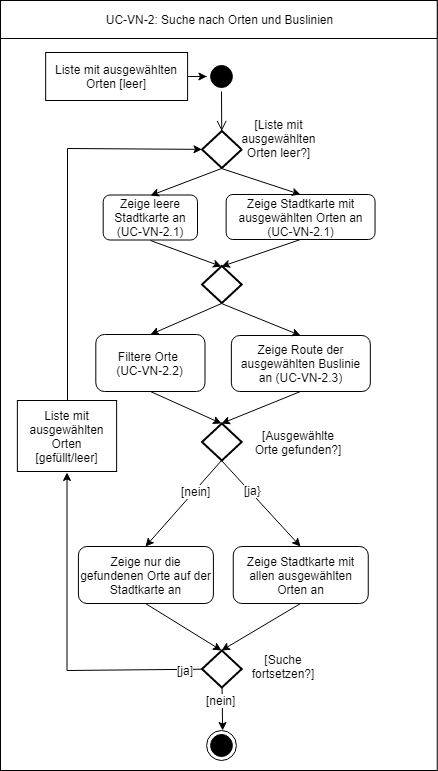
This is Documentation/Activity Diagrams/Activity-Diagram_UC-VN-2.png from mif-sge/verkehr, a draw.io export, as it was before one commit. Source tidied: cells renumbered, new cells last; positions are measured from the earlier drawing's top-left corner, leaving out a move shared by most shapes.
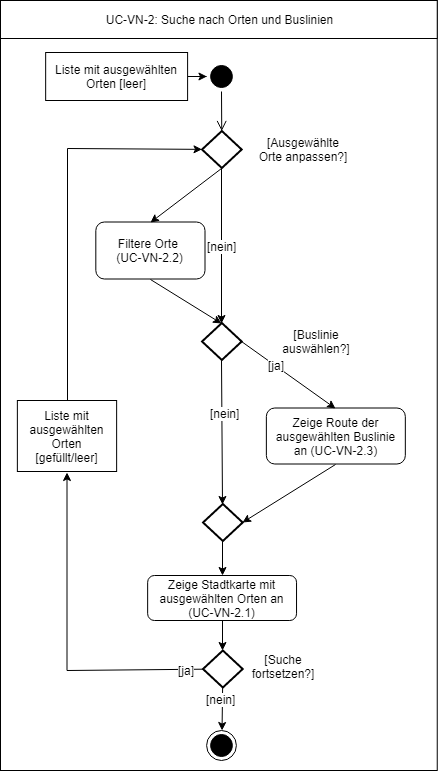
The same file after the commit.

What changed in the source:
```diff
@@ -14,136 +14,118 @@
     <mxCell id="5" style="ellipse;html=1;shape=endState;fillColor=#000000;strokeColor=#000000;rounded=1;" parent="2" vertex="1">
       <mxGeometry x="206.5" y="730" width="29.8" height="30" as="geometry" />
     </mxCell>
-    <mxCell id="6" value="Zeige nur die gefundenen Orte auf der Stadtkarte an" style="rounded=1;whiteSpace=wrap;html=1;" parent="2" vertex="1">
-      <mxGeometry x="77.9" y="546" width="135" height="57" as="geometry" />
+    <mxCell id="6" style="ellipse;html=1;shape=startState;fillColor=#000000;strokeColor=#000000;" parent="2" vertex="1">
+      <mxGeometry x="206.5" y="61" width="29.8" height="30" as="geometry" />
     </mxCell>
-    <mxCell id="7" value="&lt;span&gt;Zeige Stadtkarte mit allen ausgewählten Orten an&lt;/span&gt;&lt;span&gt;&lt;br&gt;&lt;/span&gt;" style="rounded=1;whiteSpace=wrap;html=1;" parent="2" vertex="1">
-      <mxGeometry x="232.8" y="546" width="135" height="57" as="geometry" />
+    <mxCell id="7" style="html=1;verticalAlign=bottom;endArrow=open;endSize=8;strokeColor=#000000;exitX=0.5;exitY=1;exitDx=0;exitDy=0;" parent="2" edge="1" source="6" target="20">
+      <mxGeometry relative="1" as="geometry" />
     </mxCell>
-    <mxCell id="8" style="ellipse;html=1;shape=startState;fillColor=#000000;strokeColor=#000000;" parent="2" vertex="1">
-      <mxGeometry x="206.5" y="61" width="29.8" height="30" as="geometry" />
+    <mxCell id="8" value="&lt;span&gt;Filtere Orte&amp;nbsp;&lt;br&gt;(&lt;/span&gt;UC-VN-2.2&lt;span&gt;)&lt;br&gt;&lt;/span&gt;" style="rounded=1;whiteSpace=wrap;html=1;" parent="2" vertex="1">
+      <mxGeometry x="95.3" y="221.5" width="109.2" height="57" as="geometry" />
     </mxCell>
-    <mxCell id="9" style="html=1;verticalAlign=bottom;endArrow=open;endSize=8;strokeColor=#000000;exitX=0.5;exitY=1;exitDx=0;exitDy=0;" parent="2" edge="1" source="8" target="29">
-      <mxGeometry relative="1" as="geometry" />
+    <mxCell id="9" value="Zeige Route der ausgewählten Buslinie an (UC-VN-2.3)&lt;span&gt;&lt;br&gt;&lt;/span&gt;" style="rounded=1;whiteSpace=wrap;html=1;" parent="2" vertex="1">
+      <mxGeometry x="265.9" y="407.5" width="139" height="56" as="geometry" />
     </mxCell>
-    <mxCell id="10" value="&lt;span&gt;Filtere Orte&amp;nbsp;&lt;br&gt;(&lt;/span&gt;UC-VN-2.2&lt;span&gt;)&lt;br&gt;&lt;/span&gt;" style="rounded=1;whiteSpace=wrap;html=1;" parent="2" vertex="1">
-      <mxGeometry x="95.3" y="334" width="109.2" height="57" as="geometry" />
+    <mxCell id="10" style="edgeStyle=none;rounded=0;jettySize=auto;html=1;strokeColor=#000000;exitX=1;exitY=0.5;exitDx=0;exitDy=0;exitPerimeter=0;entryX=0.5;entryY=0;entryDx=0;entryDy=0;" parent="2" edge="1" source="20" target="8">
+      <mxGeometry relative="1" as="geometry" />
     </mxCell>
-    <mxCell id="11" value="Zeige Route der ausgewählten Buslinie an (UC-VN-2.3)&lt;span&gt;&lt;br&gt;&lt;/span&gt;" style="rounded=1;whiteSpace=wrap;html=1;" parent="2" vertex="1">
-      <mxGeometry x="230.9" y="335" width="139" height="56" as="geometry" />
+    <mxCell id="11" style="edgeStyle=none;rounded=0;jettySize=auto;html=1;exitX=0.5;exitY=0;exitDx=0;exitDy=0;exitPerimeter=0;entryX=0.5;entryY=0;entryDx=0;entryDy=0;" parent="2" edge="1" source="14" target="9">
+      <mxGeometry relative="1" as="geometry" />
     </mxCell>
-    <mxCell id="12" style="edgeStyle=none;rounded=0;jettySize=auto;html=1;strokeColor=#000000;exitX=1;exitY=0.5;exitDx=0;exitDy=0;exitPerimeter=0;entryX=0.5;entryY=0;entryDx=0;entryDy=0;" parent="2" edge="1" source="41" target="10">
-      <mxGeometry relative="1" as="geometry" />
+    <mxCell id="12" value="[ja]" style="text;html=1;align=center;verticalAlign=middle;labelBackgroundColor=#ffffff;" parent="11" vertex="1">
+      <mxGeometry x="-0.28" relative="1" as="geometry">
+        <mxPoint x="1" as="offset" />
+      </mxGeometry>
     </mxCell>
-    <mxCell id="13" style="edgeStyle=none;rounded=0;jettySize=auto;html=1;strokeColor=#000000;exitX=1;exitY=0.5;exitDx=0;exitDy=0;exitPerimeter=0;entryX=0.5;entryY=0;entryDx=0;entryDy=0;" parent="2" edge="1" source="41" target="11">
+    <mxCell id="13" style="edgeStyle=none;rounded=0;jettySize=auto;html=1;exitX=0.5;exitY=1;exitDx=0;exitDy=0;entryX=0;entryY=0.5;entryDx=0;entryDy=0;entryPerimeter=0;" parent="2" edge="1" source="29" target="18">
       <mxGeometry relative="1" as="geometry" />
     </mxCell>
-    <mxCell id="14" value="&lt;span&gt;Zeige leere Stadtkarte an (&lt;/span&gt;UC-VN-2.1)" style="rounded=1;whiteSpace=wrap;html=1;" parent="2" vertex="1">
-      <mxGeometry x="102.7" y="194.5" width="94.3" height="45" as="geometry" />
+    <mxCell id="14" style="strokeWidth=2;html=1;shape=mxgraph.flowchart.decision;whiteSpace=wrap;fillColor=none;direction=south;" parent="2" vertex="1">
+      <mxGeometry x="201.5" y="322.5" width="39.7" height="37" as="geometry" />
     </mxCell>
-    <mxCell id="15" style="edgeStyle=none;rounded=0;jettySize=auto;html=1;exitX=1;exitY=0.5;exitDx=0;exitDy=0;exitPerimeter=0;entryX=0.5;entryY=0;entryDx=0;entryDy=0;" parent="2" edge="1" source="19" target="6">
+    <mxCell id="15" style="edgeStyle=none;rounded=0;jettySize=auto;html=1;entryX=0;entryY=0.5;entryDx=0;entryDy=0;entryPerimeter=0;exitX=0.5;exitY=1;exitDx=0;exitDy=0;" parent="2" edge="1" source="8" target="14">
       <mxGeometry relative="1" as="geometry" />
     </mxCell>
-    <mxCell id="16" value="[nein]" style="text;html=1;align=center;verticalAlign=middle;labelBackgroundColor=#ffffff;" parent="15" vertex="1">
-      <mxGeometry x="-0.28" relative="1" as="geometry">
-        <mxPoint x="1" as="offset" />
-      </mxGeometry>
+    <mxCell id="16" style="edgeStyle=none;rounded=0;jettySize=auto;html=1;" parent="2" edge="1" source="18" target="5">
+      <mxGeometry relative="1" as="geometry" />
     </mxCell>
-    <mxCell id="17" style="edgeStyle=none;rounded=0;jettySize=auto;html=1;exitX=1;exitY=0.5;exitDx=0;exitDy=0;exitPerimeter=0;entryX=0.5;entryY=0;entryDx=0;entryDy=0;" parent="2" edge="1" source="19" target="7">
-      <mxGeometry relative="1" as="geometry" />
+    <mxCell id="17" value="[nein]" style="text;html=1;align=center;verticalAlign=middle;labelBackgroundColor=#ffffff;" parent="16" vertex="1">
+      <mxGeometry x="-0.42" y="-2" relative="1" as="geometry" />
     </mxCell>
-    <mxCell id="18" value="[ja}" style="text;html=1;points=[];align=center;verticalAlign=middle;labelBackgroundColor=#ffffff;" parent="17" vertex="1">
-      <mxGeometry x="-0.28" y="3" relative="1" as="geometry">
-        <mxPoint y="1" as="offset" />
-      </mxGeometry>
+    <mxCell id="18" style="strokeWidth=2;html=1;shape=mxgraph.flowchart.decision;whiteSpace=wrap;fillColor=none;direction=south;" parent="2" vertex="1">
+      <mxGeometry x="202.5" y="650" width="39.7" height="37" as="geometry" />
     </mxCell>
-    <mxCell id="19" style="strokeWidth=2;html=1;shape=mxgraph.flowchart.decision;whiteSpace=wrap;fillColor=none;direction=south;" parent="2" vertex="1">
-      <mxGeometry x="201.5" y="423" width="39.7" height="37" as="geometry" />
+    <mxCell id="19" value="&lt;span&gt;[Buslinie auswählen&lt;/span&gt;&lt;span&gt;?]&lt;/span&gt;" style="rounded=0;whiteSpace=wrap;html=1;strokeColor=none;" parent="2" vertex="1">
+      <mxGeometry x="266" y="325.5" width="100" height="31" as="geometry" />
     </mxCell>
-    <mxCell id="20" style="edgeStyle=none;rounded=0;jettySize=auto;html=1;entryX=0;entryY=0.5;entryDx=0;entryDy=0;entryPerimeter=0;exitX=0.5;exitY=1;exitDx=0;exitDy=0;" parent="2" edge="1" source="10" target="19">
-      <mxGeometry relative="1" as="geometry" />
+    <mxCell id="20" style="strokeWidth=2;html=1;shape=mxgraph.flowchart.decision;whiteSpace=wrap;fillColor=none;direction=south;" parent="2" vertex="1">
+      <mxGeometry x="201.5" y="130.5" width="39.7" height="37" as="geometry" />
     </mxCell>
-    <mxCell id="21" style="rounded=0;jettySize=auto;html=1;entryX=0;entryY=0.5;entryDx=0;entryDy=0;entryPerimeter=0;exitX=0.5;exitY=1;exitDx=0;exitDy=0;" parent="2" edge="1" source="11" target="19">
-      <mxGeometry relative="1" as="geometry" />
+    <mxCell id="21" style="edgeStyle=none;rounded=0;orthogonalLoop=1;jettySize=auto;html=1;exitX=0.5;exitY=0;exitDx=0;exitDy=0;" parent="2" edge="1">
+      <mxGeometry relative="1" as="geometry">
+        <mxPoint x="278" y="126" as="sourcePoint" />
+        <mxPoint x="278" y="126" as="targetPoint" />
+      </mxGeometry>
     </mxCell>
-    <mxCell id="22" style="edgeStyle=none;rounded=0;jettySize=auto;html=1;" parent="2" edge="1" source="24" target="5">
-      <mxGeometry relative="1" as="geometry" />
+    <mxCell id="22" value="&lt;span&gt;[Suche fortsetzen&lt;/span&gt;&lt;span&gt;?]&lt;/span&gt;" style="rounded=0;whiteSpace=wrap;html=1;strokeColor=none;" parent="2" vertex="1">
+      <mxGeometry x="252.6" y="656" width="61.5" height="20" as="geometry" />
     </mxCell>
-    <mxCell id="23" value="[nein]" style="text;html=1;align=center;verticalAlign=middle;labelBackgroundColor=#ffffff;" parent="22" vertex="1">
-      <mxGeometry x="-0.42" y="-2" relative="1" as="geometry" />
+    <mxCell id="23" style="edgeStyle=none;rounded=0;jettySize=auto;html=1;" parent="2" edge="1" source="24" target="6">
+      <mxGeometry relative="1" as="geometry">
+        <Array as="points">
+          <mxPoint x="206" y="76" />
+        </Array>
+      </mxGeometry>
     </mxCell>
-    <mxCell id="24" style="strokeWidth=2;html=1;shape=mxgraph.flowchart.decision;whiteSpace=wrap;fillColor=none;direction=south;" parent="2" vertex="1">
-      <mxGeometry x="201.5" y="650" width="39.7" height="37" as="geometry" />
+    <mxCell id="24" value="Liste mit ausgewählten Orten [leer]" style="rounded=0;whiteSpace=wrap;html=1;" parent="2" vertex="1">
+      <mxGeometry x="45.2" y="52" width="141.9" height="48" as="geometry" />
     </mxCell>
-    <mxCell id="25" style="edgeStyle=none;rounded=0;jettySize=auto;html=1;strokeColor=#000000;entryX=0;entryY=0.5;entryDx=0;entryDy=0;entryPerimeter=0;exitX=0.5;exitY=1;exitDx=0;exitDy=0;" parent="2" edge="1" source="6" target="24">
-      <mxGeometry relative="1" as="geometry" />
+    <mxCell id="25" value="Liste mit ausgewählten Orten [gefüllt/leer]" style="rounded=0;whiteSpace=wrap;html=1;" parent="2" vertex="1">
+      <mxGeometry x="16.9" y="400" width="99.3" height="71" as="geometry" />
     </mxCell>
-    <mxCell id="26" style="edgeStyle=none;rounded=0;jettySize=auto;html=1;strokeColor=#000000;entryX=0;entryY=0.5;entryDx=0;entryDy=0;entryPerimeter=0;exitX=0.5;exitY=1;exitDx=0;exitDy=0;" parent="2" edge="1" source="7" target="24">
-      <mxGeometry relative="1" as="geometry" />
+    <mxCell id="26" style="edgeStyle=none;rounded=0;jettySize=auto;html=1;exitX=0.5;exitY=0;exitDx=0;exitDy=0;" parent="2" edge="1" source="25" target="20">
+      <mxGeometry relative="1" as="geometry">
+        <Array as="points">
+          <mxPoint x="67" y="148" />
+        </Array>
+      </mxGeometry>
     </mxCell>
-    <mxCell id="27" value="&lt;span&gt;[Ausgewählte Orte gefunden&lt;/span&gt;&lt;span&gt;?]&lt;/span&gt;" style="rounded=0;whiteSpace=wrap;html=1;strokeColor=none;" parent="2" vertex="1">
-      <mxGeometry x="247.7" y="432" width="100.3" height="20" as="geometry" />
+    <mxCell id="27" style="edgeStyle=none;rounded=0;jettySize=auto;html=1;" parent="2" edge="1" source="18">
+      <mxGeometry relative="1" as="geometry">
+        <mxPoint x="66.5" y="472" as="targetPoint" />
+        <Array as="points">
+          <mxPoint x="66.5" y="670" />
+        </Array>
+      </mxGeometry>
     </mxCell>
-    <mxCell id="28" style="edgeStyle=none;rounded=0;jettySize=auto;html=1;exitX=1;exitY=0.5;exitDx=0;exitDy=0;exitPerimeter=0;entryX=0.5;entryY=0;entryDx=0;entryDy=0;" parent="2" edge="1" source="29" target="14">
-      <mxGeometry relative="1" as="geometry" />
+    <mxCell id="28" value="[ja]" style="text;html=1;align=center;verticalAlign=middle;labelBackgroundColor=#ffffff;" parent="27" vertex="1">
+      <mxGeometry x="-0.9" y="1" relative="1" as="geometry" />
     </mxCell>
-    <mxCell id="29" style="strokeWidth=2;html=1;shape=mxgraph.flowchart.decision;whiteSpace=wrap;fillColor=none;direction=south;" parent="2" vertex="1">
-      <mxGeometry x="201.5" y="130.5" width="39.7" height="37" as="geometry" />
+    <mxCell id="29" value="&lt;span&gt;Zeige Stadtkarte mit ausgewählten Orten an (&lt;/span&gt;UC-VN-2.1)" style="rounded=1;whiteSpace=wrap;html=1;" parent="2" vertex="1">
+      <mxGeometry x="147.1" y="575" width="148.9" height="45" as="geometry" />
     </mxCell>
-    <mxCell id="30" value="&lt;span&gt;[Liste mit ausgewählten Orten leer&lt;/span&gt;&lt;span&gt;?]&lt;/span&gt;" style="rounded=0;whiteSpace=wrap;html=1;strokeColor=none;" parent="2" vertex="1">
-      <mxGeometry x="241.2" y="126" width="74.4" height="23" as="geometry" />
+    <mxCell id="30" style="edgeStyle=none;rounded=0;jettySize=auto;html=1;exitX=1;exitY=0.5;exitDx=0;exitDy=0;exitPerimeter=0;entryX=0.5;entryY=0;entryDx=0;entryDy=0;" parent="2" edge="1" source="34" target="29">
+      <mxGeometry relative="1" as="geometry" />
     </mxCell>
-    <mxCell id="31" value="&lt;span&gt;Zeige Stadtkarte mit ausgewählten Orten an (&lt;/span&gt;UC-VN-2.1)" style="rounded=1;whiteSpace=wrap;html=1;" parent="2" vertex="1">
-      <mxGeometry x="225.6" y="194" width="148.9" height="45" as="geometry" />
+    <mxCell id="31" value="[Ausgewählte Orte anpassen?]" style="text;html=1;strokeColor=none;fillColor=none;align=center;verticalAlign=middle;whiteSpace=wrap;rounded=0;" parent="2" vertex="1">
+      <mxGeometry x="256" y="133.5" width="94" height="31" as="geometry" />
     </mxCell>
-    <mxCell id="32" style="edgeStyle=none;rounded=0;jettySize=auto;html=1;exitX=1;exitY=0.5;exitDx=0;exitDy=0;exitPerimeter=0;entryX=0.5;entryY=0;entryDx=0;entryDy=0;" parent="2" edge="1" source="29" target="31">
+    <mxCell id="32" value="[nein]" style="endArrow=classic;html=1;exitX=1;exitY=0.5;exitDx=0;exitDy=0;exitPerimeter=0;entryX=0;entryY=0.5;entryDx=0;entryDy=0;entryPerimeter=0;fontSize=12;" parent="2" edge="1" source="20" target="14">
       <mxGeometry relative="1" as="geometry" />
     </mxCell>
-    <mxCell id="33" style="edgeStyle=none;rounded=0;orthogonalLoop=1;jettySize=auto;html=1;exitX=0.5;exitY=0;exitDx=0;exitDy=0;" parent="2" edge="1" source="30" target="30">
+    <mxCell id="33" style="endArrow=classic;html=1;exitX=0.5;exitY=1;exitDx=0;exitDy=0;entryX=0.5;entryY=0;entryDx=0;entryDy=0;entryPerimeter=0;" parent="2" edge="1" source="9" target="34">
       <mxGeometry relative="1" as="geometry" />
     </mxCell>
-    <mxCell id="34" value="&lt;span&gt;[Suche fortsetzen&lt;/span&gt;&lt;span&gt;?]&lt;/span&gt;" style="rounded=0;whiteSpace=wrap;html=1;strokeColor=none;" parent="2" vertex="1">
-      <mxGeometry x="252.6" y="656" width="61.5" height="20" as="geometry" />
+    <mxCell id="34" style="strokeWidth=2;html=1;shape=mxgraph.flowchart.decision;whiteSpace=wrap;fillColor=none;direction=south;" parent="2" vertex="1">
+      <mxGeometry x="202.5" y="503.5" width="39.7" height="37" as="geometry" />
     </mxCell>
-    <mxCell id="35" style="edgeStyle=none;rounded=0;jettySize=auto;html=1;" parent="2" edge="1" source="36" target="8">
-      <mxGeometry relative="1" as="geometry">
-        <Array as="points">
-          <mxPoint x="206" y="76" />
-        </Array>
-      </mxGeometry>
+    <mxCell id="35" style="edgeStyle=none;rounded=0;jettySize=auto;html=1;entryX=0;entryY=0.5;entryDx=0;entryDy=0;entryPerimeter=0;exitX=1;exitY=0.5;exitDx=0;exitDy=0;exitPerimeter=0;" parent="2" edge="1" source="14" target="34">
+      <mxGeometry relative="1" as="geometry" />
     </mxCell>
-    <mxCell id="36" value="Liste mit ausgewählten Orten [leer]" style="rounded=0;whiteSpace=wrap;html=1;" parent="2" vertex="1">
-      <mxGeometry x="45.2" y="52" width="141.9" height="48" as="geometry" />
+    <mxCell id="36" value="[nein]" style="text;html=1;points=[];align=center;verticalAlign=middle;labelBackgroundColor=#ffffff;" parent="35" vertex="1">
+      <mxGeometry x="-0.28" y="3" relative="1" as="geometry">
+        <mxPoint y="1" as="offset" />
+      </mxGeometry>
     </mxCell>
-    <mxCell id="37" value="Liste mit ausgewählten Orten [gefüllt/leer]" style="rounded=0;whiteSpace=wrap;html=1;" parent="2" vertex="1">
-      <mxGeometry x="16.9" y="400" width="99.3" height="71" as="geometry" />
-    </mxCell>
-    <mxCell id="38" style="edgeStyle=none;rounded=0;jettySize=auto;html=1;exitX=0.5;exitY=0;exitDx=0;exitDy=0;" parent="2" edge="1" source="37" target="29">
-      <mxGeometry relative="1" as="geometry">
-        <Array as="points">
-          <mxPoint x="67" y="148" />
-        </Array>
-      </mxGeometry>
-    </mxCell>
-    <mxCell id="39" style="edgeStyle=none;rounded=0;jettySize=auto;html=1;" parent="2" edge="1" source="24">
-      <mxGeometry relative="1" as="geometry">
-        <mxPoint x="66.5" y="472" as="targetPoint" />
-        <Array as="points">
-          <mxPoint x="66.5" y="670" />
-        </Array>
-      </mxGeometry>
-    </mxCell>
-    <mxCell id="40" value="[ja]" style="text;html=1;align=center;verticalAlign=middle;labelBackgroundColor=#ffffff;" parent="39" vertex="1">
-      <mxGeometry x="-0.9" y="1" relative="1" as="geometry" />
-    </mxCell>
-    <mxCell id="41" style="strokeWidth=2;html=1;shape=mxgraph.flowchart.decision;whiteSpace=wrap;fillColor=none;direction=south;" parent="2" vertex="1">
-      <mxGeometry x="201.5" y="265.5" width="39.7" height="37" as="geometry" />
-    </mxCell>
-    <mxCell id="42" style="edgeStyle=none;rounded=1;jettySize=auto;html=1;strokeColor=#000000;fontSize=12;fillColor=#ffffff;entryX=0;entryY=0.5;entryDx=0;entryDy=0;entryPerimeter=0;exitX=0.5;exitY=1;exitDx=0;exitDy=0;" parent="2" edge="1" source="14" target="41">
-      <mxGeometry relative="1" as="geometry" />
-    </mxCell>
-    <mxCell id="43" style="edgeStyle=none;rounded=0;jettySize=auto;html=1;entryX=0;entryY=0.5;entryDx=0;entryDy=0;entryPerimeter=0;exitX=0.5;exitY=1;exitDx=0;exitDy=0;" parent="2" edge="1" source="31" target="41">
-      <mxGeometry relative="1" as="geometry" />
-    </mxCell>
   </root>
 </mxGraphModel>
```
